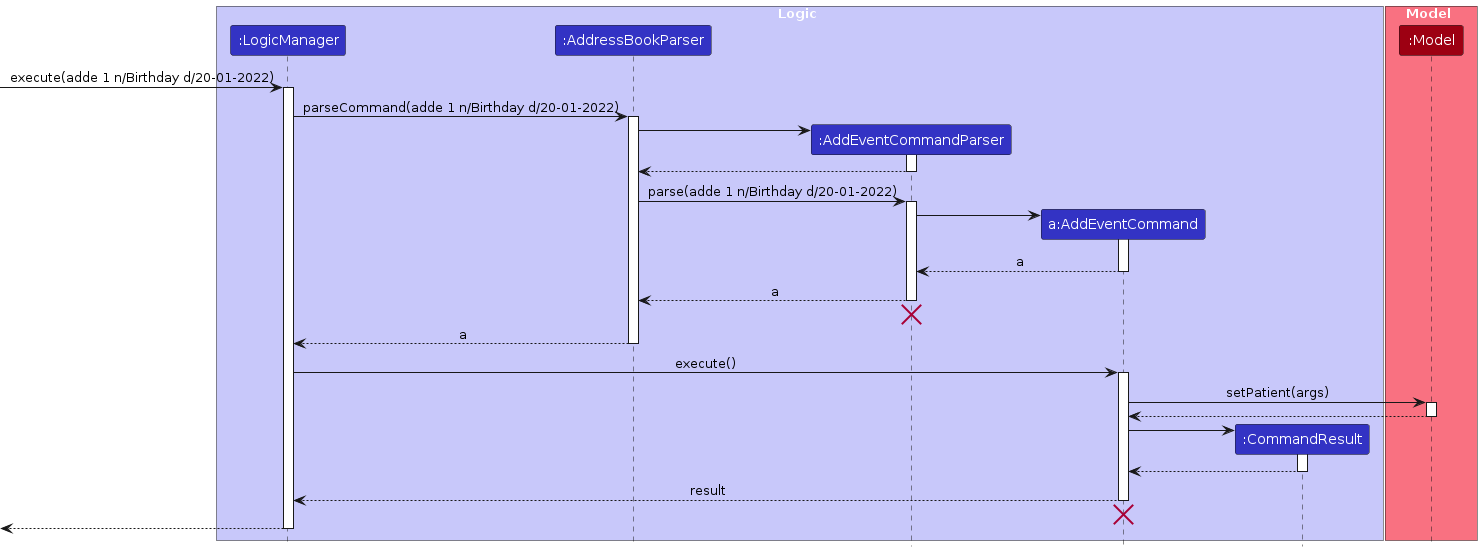
The PlantUML diagram diagrams/AddEventSequenceDiagram.png in NeoHW/tp, before a commit. Its source is kept beside it as diagrams/AddEventSequenceDiagram.puml.
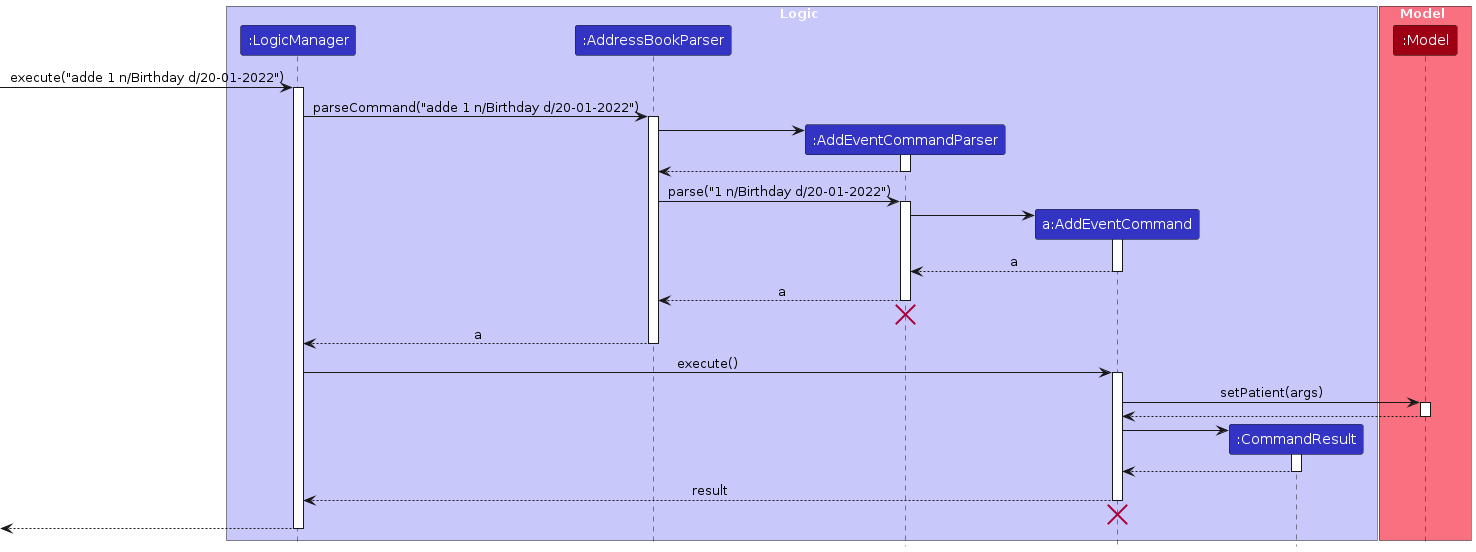
After the commit.

Change to the diagram source:
```diff
@@ -14,10 +14,10 @@
 participant ":Model" as Model MODEL_COLOR
 end box
 
-[-> LogicManager : execute(adde 1 n/Birthday d/20-01-2022)
+[-> LogicManager : execute("adde 1 n/Birthday d/20-01-2022")
 activate LogicManager
 
-LogicManager -> AddressBookParser : parseCommand(adde 1 n/Birthday d/20-01-2022)
+LogicManager -> AddressBookParser : parseCommand("adde 1 n/Birthday d/20-01-2022")
 activate AddressBookParser
 
 create AddEventCommandParser
@@ -27,7 +27,7 @@
 AddEventCommandParser --> AddressBookParser
 deactivate AddEventCommandParser
 
-AddressBookParser -> AddEventCommandParser : parse(adde 1 n/Birthday d/20-01-2022)
+AddressBookParser -> AddEventCommandParser : parse("1 n/Birthday d/20-01-2022")
 activate AddEventCommandParser
 
 Create AddEventCommand
```
